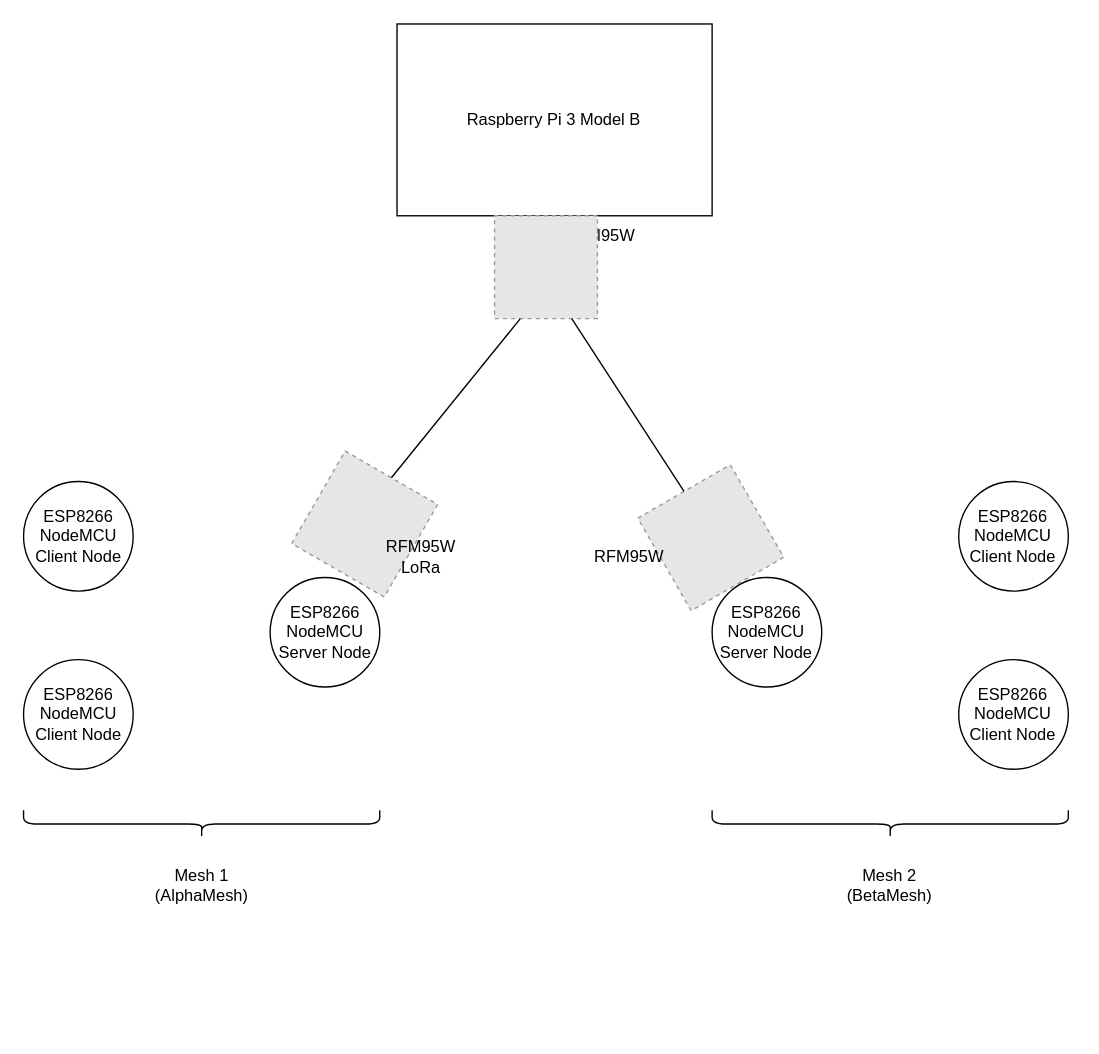
Before: General Overview.drawio in camejuanm/esp8266MeshLoRaServer, a draw.io diagram. Source tidied: cells renumbered, new cells numbered last; positions are measured from the earlier drawing's top-left corner, leaving out a move shared by most shapes. Both pictures are drawn from the tidied source at 137%, with x=0, y=0 at pixel (23, 23). Pictures stored in the file or linked from it are replaced by grey dashed boxes.
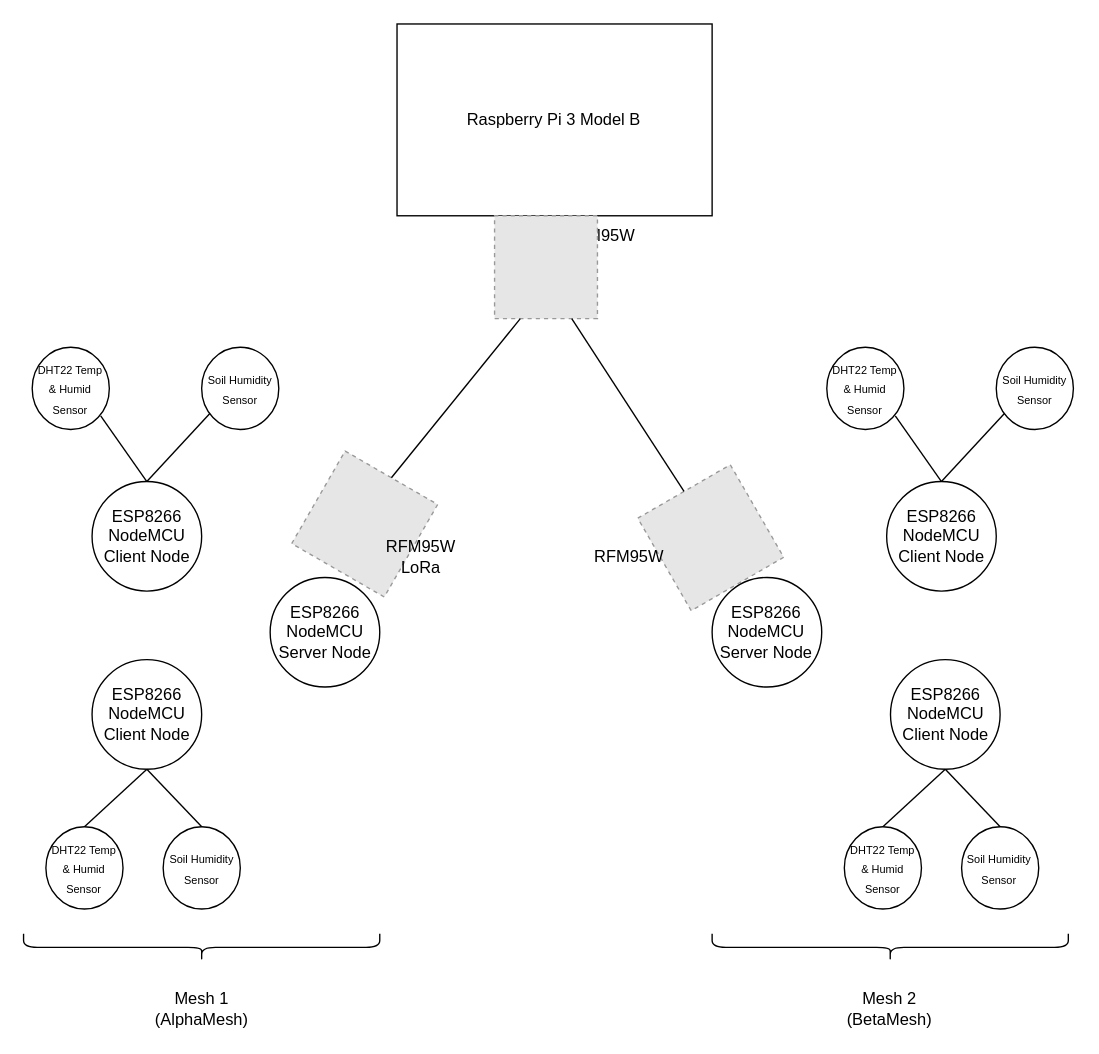
Above is the later version.

What changed in the source:
```diff
@@
     <mxCell id="2" value="ESP8266&lt;br&gt;NodeMCU&lt;br&gt;Client Node" style="ellipse;whiteSpace=wrap;html=1;" parent="1" vertex="1">
-      <mxGeometry x="-0.3" y="464" width="80" height="80" as="geometry" />
+      <mxGeometry x="49.7" y="464" width="80" height="80" as="geometry" />
     </mxCell>
-    <mxCell id="3" value="ESP8266&lt;br&gt;NodeMCU&lt;br&gt;Client Node" style="ellipse;whiteSpace=wrap;html=1;" parent="1" vertex="1">
-      <mxGeometry x="-0.3" y="334" width="80" height="80" as="geometry" />
-    </mxCell>
@@
     <mxCell id="5" style="shape=curlyBracket;whiteSpace=wrap;html=1;rounded=1;flipH=1;fillColor=none;rotation=90;" parent="1" vertex="1">
-      <mxGeometry x="119.7" y="454" width="20" height="260" as="geometry" />
+      <mxGeometry x="119.7" y="544" width="20" height="260" as="geometry" />
     </mxCell>
     <mxCell id="6" value="Mesh 1 (AlphaMesh)" style="text;html=1;strokeColor=none;fillColor=none;align=center;verticalAlign=middle;whiteSpace=wrap;rounded=0;" parent="1" vertex="1">
-      <mxGeometry x="99.7" y="614" width="60" height="30" as="geometry" />
+      <mxGeometry x="99.7" y="704" width="60" height="30" as="geometry" />
     </mxCell>
-    <mxCell id="7" value="ESP8266&lt;br&gt;NodeMCU&lt;br&gt;Client Node" style="ellipse;whiteSpace=wrap;html=1;" parent="1" vertex="1">
-      <mxGeometry x="682.3" y="464" width="80" height="80" as="geometry" />
-    </mxCell>
-    <mxCell id="8" value="ESP8266&lt;br&gt;NodeMCU&lt;br&gt;Client Node" style="ellipse;whiteSpace=wrap;html=1;" parent="1" vertex="1">
-      <mxGeometry x="682.3" y="334" width="80" height="80" as="geometry" />
-    </mxCell>
@@
     <mxCell id="10" style="shape=curlyBracket;whiteSpace=wrap;html=1;rounded=1;flipH=1;fillColor=none;rotation=90;" parent="1" vertex="1">
-      <mxGeometry x="622.3" y="454" width="20" height="260" as="geometry" />
+      <mxGeometry x="622.3" y="544" width="20" height="260" as="geometry" />
     </mxCell>
     <mxCell id="11" value="Mesh 2 (BetaMesh)" style="text;html=1;strokeColor=none;fillColor=none;align=center;verticalAlign=middle;whiteSpace=wrap;rounded=0;" parent="1" vertex="1">
-      <mxGeometry x="602.3" y="614" width="60" height="30" as="geometry" />
+      <mxGeometry x="602.3" y="704" width="60" height="30" as="geometry" />
     </mxCell>
@@
+    <mxCell id="21" style="endArrow=none;html=1;rounded=0;entryX=0.5;entryY=1;entryDx=0;entryDy=0;exitX=0.5;exitY=0;exitDx=0;exitDy=0;" parent="1" edge="1" source="27" target="2">
+      <mxGeometry relative="1" as="geometry" />
+    </mxCell>
@@
+    <mxCell id="22" value="ESP8266&lt;br&gt;NodeMCU&lt;br&gt;Client Node" style="ellipse;whiteSpace=wrap;html=1;" parent="1" vertex="1">
+      <mxGeometry x="629.7" y="334" width="80" height="80" as="geometry" />
+    </mxCell>
+    <mxCell id="23" style="endArrow=none;html=1;rounded=0;entryX=0.5;entryY=0;entryDx=0;entryDy=0;" parent="1" edge="1" target="22">
+      <mxGeometry relative="1" as="geometry">
+        <mxPoint x="636" y="286" as="sourcePoint" />
+      </mxGeometry>
+    </mxCell>
+    <mxCell id="24" style="endArrow=none;html=1;rounded=0;exitX=0.5;exitY=0;exitDx=0;exitDy=0;" parent="1" edge="1" source="22">
+      <mxGeometry relative="1" as="geometry">
+        <mxPoint x="716" y="284" as="targetPoint" />
+      </mxGeometry>
+    </mxCell>
+    <mxCell id="25" value="&lt;font style=&quot;font-size: 8px&quot;&gt;DHT22 Temp &amp;amp; Humid Sensor&lt;/font&gt;" style="ellipse;whiteSpace=wrap;html=1;" parent="1" vertex="1">
+      <mxGeometry x="586" y="236" width="56.3" height="60" as="geometry" />
+    </mxCell>
+    <mxCell id="26" value="&lt;font style=&quot;font-size: 8px&quot;&gt;Soil Humidity Sensor&lt;/font&gt;" style="ellipse;whiteSpace=wrap;html=1;" parent="1" vertex="1">
+      <mxGeometry x="709.7" y="236" width="56.3" height="60" as="geometry" />
+    </mxCell>
+    <mxCell id="27" value="&lt;font style=&quot;font-size: 8px&quot;&gt;DHT22 Temp &amp;amp; Humid Sensor&lt;/font&gt;" style="ellipse;whiteSpace=wrap;html=1;" parent="1" vertex="1">
+      <mxGeometry x="16" y="586" width="56.3" height="60" as="geometry" />
+    </mxCell>
+    <mxCell id="28" value="&lt;font style=&quot;font-size: 8px&quot;&gt;Soil Humidity Sensor&lt;/font&gt;" style="ellipse;whiteSpace=wrap;html=1;" parent="1" vertex="1">
+      <mxGeometry x="101.6" y="586" width="56.3" height="60" as="geometry" />
+    </mxCell>
+    <mxCell id="29" style="endArrow=none;html=1;rounded=0;entryX=0.5;entryY=0;entryDx=0;entryDy=0;exitX=0.5;exitY=1;exitDx=0;exitDy=0;" parent="1" edge="1" source="2" target="28">
+      <mxGeometry relative="1" as="geometry" />
+    </mxCell>
+    <mxCell id="30" value="ESP8266&lt;br&gt;NodeMCU&lt;br&gt;Client Node" style="ellipse;whiteSpace=wrap;html=1;" parent="1" vertex="1">
+      <mxGeometry x="632.5" y="464" width="80" height="80" as="geometry" />
+    </mxCell>
+    <mxCell id="31" style="endArrow=none;html=1;rounded=0;entryX=0.5;entryY=1;entryDx=0;entryDy=0;exitX=0.5;exitY=0;exitDx=0;exitDy=0;" parent="1" edge="1" source="32" target="30">
+      <mxGeometry relative="1" as="geometry" />
+    </mxCell>
+    <mxCell id="32" value="&lt;font style=&quot;font-size: 8px&quot;&gt;DHT22 Temp &amp;amp; Humid Sensor&lt;/font&gt;" style="ellipse;whiteSpace=wrap;html=1;" parent="1" vertex="1">
+      <mxGeometry x="598.8" y="586" width="56.3" height="60" as="geometry" />
+    </mxCell>
+    <mxCell id="33" value="&lt;font style=&quot;font-size: 8px&quot;&gt;Soil Humidity Sensor&lt;/font&gt;" style="ellipse;whiteSpace=wrap;html=1;" parent="1" vertex="1">
+      <mxGeometry x="684.4" y="586" width="56.3" height="60" as="geometry" />
+    </mxCell>
+    <mxCell id="34" style="endArrow=none;html=1;rounded=0;entryX=0.5;entryY=0;entryDx=0;entryDy=0;exitX=0.5;exitY=1;exitDx=0;exitDy=0;" parent="1" edge="1" source="30" target="33">
+      <mxGeometry relative="1" as="geometry" />
+    </mxCell>
+    <mxCell id="35" value="ESP8266&lt;br&gt;NodeMCU&lt;br&gt;Client Node" style="ellipse;whiteSpace=wrap;html=1;" parent="1" vertex="1">
+      <mxGeometry x="49.7" y="334" width="80" height="80" as="geometry" />
+    </mxCell>
+    <mxCell id="36" style="endArrow=none;html=1;rounded=0;entryX=0.5;entryY=0;entryDx=0;entryDy=0;" parent="1" edge="1" target="35">
+      <mxGeometry relative="1" as="geometry">
+        <mxPoint x="56" y="286" as="sourcePoint" />
+      </mxGeometry>
+    </mxCell>
+    <mxCell id="37" style="endArrow=none;html=1;rounded=0;exitX=0.5;exitY=0;exitDx=0;exitDy=0;" parent="1" edge="1" source="35">
+      <mxGeometry relative="1" as="geometry">
+        <mxPoint x="136" y="284" as="targetPoint" />
+      </mxGeometry>
+    </mxCell>
+    <mxCell id="38" value="&lt;font style=&quot;font-size: 8px&quot;&gt;DHT22 Temp &amp;amp; Humid Sensor&lt;/font&gt;" style="ellipse;whiteSpace=wrap;html=1;" parent="1" vertex="1">
+      <mxGeometry x="6" y="236" width="56.3" height="60" as="geometry" />
+    </mxCell>
+    <mxCell id="39" value="&lt;font style=&quot;font-size: 8px&quot;&gt;Soil Humidity Sensor&lt;/font&gt;" style="ellipse;whiteSpace=wrap;html=1;" parent="1" vertex="1">
+      <mxGeometry x="129.7" y="236" width="56.3" height="60" as="geometry" />
+    </mxCell>
```
